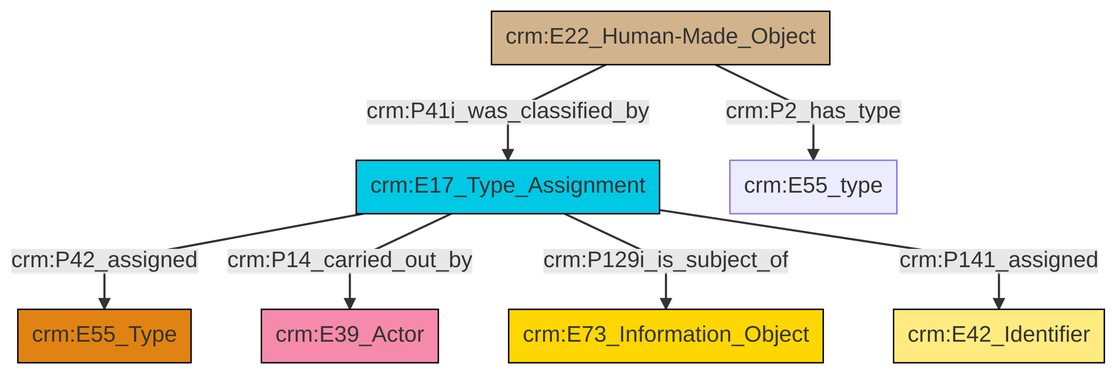
The Mermaid diagram et/builtWorkCSV/ttl/mmd/png/Built_Work_designation_status.png in swiss-art-research-net/reference-data-models, before a commit. Its source is kept beside it as et/builtWorkCSV/ttl/mmd/Built_Work_designation_status.ttl.mmd.
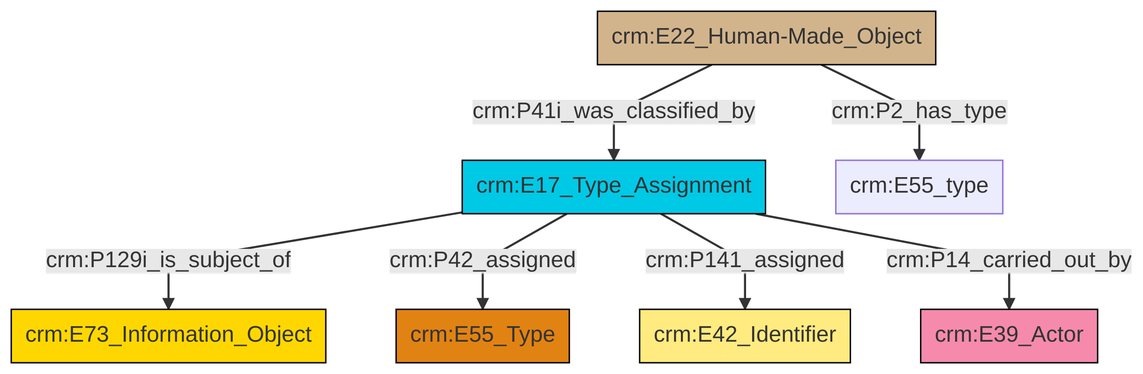
Above is the later version.

What changed in the source:
```diff
@@ -13,9 +13,9 @@
 classDef PC_Classes fill:#4ce600, stroke:#000000;
 classDef Multi fill:#cccccc,stroke:#000000;
 
-4["crm:E17_Type_Assignment"]:::Temporal_Entity -->|crm:P42_assigned| 2["crm:E55_Type"]:::Type
-4["crm:E17_Type_Assignment"]:::Temporal_Entity -->|crm:P14_carried_out_by| 5["crm:E39_Actor"]:::Actor
-0["crm:E22_Human-Made_Object"]:::Physical_Thing -->|crm:P41i_was_classified_by| 4["crm:E17_Type_Assignment"]:::Temporal_Entity
-4["crm:E17_Type_Assignment"]:::Temporal_Entity -->|crm:P129i_is_subject_of| 12["crm:E73_Information_Object"]:::Conceptual_Object
-0["crm:E22_Human-Made_Object"]:::Physical_Thing -->|crm:P2_has_type| 6["crm:E55_type"]:::Default
-4["crm:E17_Type_Assignment"]:::Temporal_Entity -->|crm:P141_assigned| 9["crm:E42_Identifier"]:::Appellation
+0["crm:E17_Type_Assignment"]:::Temporal_Entity -->|crm:P129i_is_subject_of| 4["crm:E73_Information_Object"]:::Conceptual_Object
+0["crm:E17_Type_Assignment"]:::Temporal_Entity -->|crm:P42_assigned| 2["crm:E55_Type"]:::Type
+9["crm:E22_Human-Made_Object"]:::Physical_Thing -->|crm:P41i_was_classified_by| 0["crm:E17_Type_Assignment"]:::Temporal_Entity
+0["crm:E17_Type_Assignment"]:::Temporal_Entity -->|crm:P141_assigned| 5["crm:E42_Identifier"]:::Appellation
+0["crm:E17_Type_Assignment"]:::Temporal_Entity -->|crm:P14_carried_out_by| 10["crm:E39_Actor"]:::Actor
+9["crm:E22_Human-Made_Object"]:::Physical_Thing -->|crm:P2_has_type| 11["crm:E55_type"]:::Default
```
